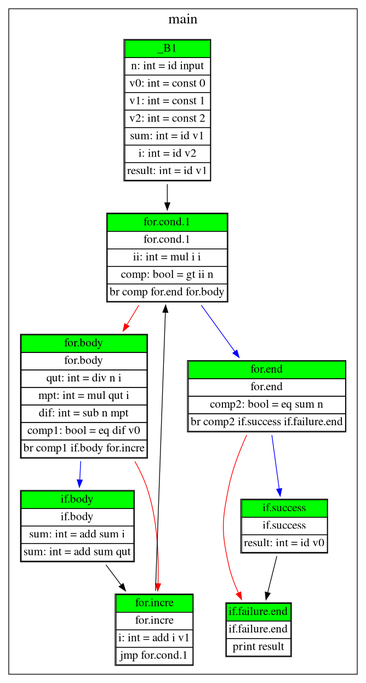
Before: tmp_cfg.png, a diagram exported from Graphviz (Andrey-Yao/Brilliant). Its source is kept beside it as tmp_cfg.dot. Source of this version:
```dot
digraph {
fontname="Times"
fontsize="20"
penwidth=1
node[fontsize="16" shape="box" fontname="Times"]

subgraph cluster_0 {
label = "main"
"_B1" [label=<<table cellspacing="0">
<tr><td bgcolor="Green">_B1</td></tr>
<tr><td>n: int = id input</td></tr>
<tr><td>v0: int = const 0</td></tr>
<tr><td>v1: int = const 1</td></tr>
<tr><td>v2: int = const 2</td></tr>
<tr><td>sum: int = id v1</td></tr>
<tr><td>i: int = id v2</td></tr>
<tr><td>result: int = id v1</td></tr>
</table>> shape="plaintext"];

"for.body" [label=<<table cellspacing="0">
<tr><td bgcolor="Green">for.body</td></tr>
<tr><td>for.body</td></tr>
<tr><td>qut: int = div n i</td></tr>
<tr><td>mpt: int = mul qut i</td></tr>
<tr><td>dif: int = sub n mpt</td></tr>
<tr><td>comp1: bool = eq dif v0</td></tr>
<tr><td>br comp1 if.body for.incre</td></tr>
</table>> shape="plaintext"];

"for.cond.1" [label=<<table cellspacing="0">
<tr><td bgcolor="Green">for.cond.1</td></tr>
<tr><td>for.cond.1</td></tr>
<tr><td>ii: int = mul i i</td></tr>
<tr><td>comp: bool = gt ii n</td></tr>
<tr><td>br comp for.end for.body</td></tr>
</table>> shape="plaintext"];

"for.end" [label=<<table cellspacing="0">
<tr><td bgcolor="Green">for.end</td></tr>
<tr><td>for.end</td></tr>
<tr><td>comp2: bool = eq sum n</td></tr>
<tr><td>br comp2 if.success if.failure.end</td></tr>
</table>> shape="plaintext"];

"for.incre" [label=<<table cellspacing="0">
<tr><td bgcolor="Green">for.incre</td></tr>
<tr><td>for.incre</td></tr>
<tr><td>i: int = add i v1</td></tr>
<tr><td>jmp for.cond.1</td></tr>
</table>> shape="plaintext"];

"if.body" [label=<<table cellspacing="0">
<tr><td bgcolor="Green">if.body</td></tr>
<tr><td>if.body</td></tr>
<tr><td>sum: int = add sum i</td></tr>
<tr><td>sum: int = add sum qut</td></tr>
</table>> shape="plaintext"];

"if.failure.end" [label=<<table cellspacing="0">
<tr><td bgcolor="Green">if.failure.end</td></tr>
<tr><td>if.failure.end</td></tr>
<tr><td>print result</td></tr>
</table>> shape="plaintext"];

"if.success" [label=<<table cellspacing="0">
<tr><td bgcolor="Green">if.success</td></tr>
<tr><td>if.success</td></tr>
<tr><td>result: int = id v0</td></tr>
</table>> shape="plaintext"];

"_B1" -> "for.cond.1" ;

"for.body" -> "for.incre" [color="red"];

"for.body" -> "if.body" [color="blue"];

"for.cond.1" -> "for.body" [color="red"];

"for.cond.1" -> "for.end" [color="blue"];

"for.end" -> "if.failure.end" [color="red"];

"for.end" -> "if.success" [color="blue"];

"for.incre" -> "for.cond.1" ;

"if.body" -> "for.incre" ;

"if.success" -> "if.failure.end" ;

}}
```
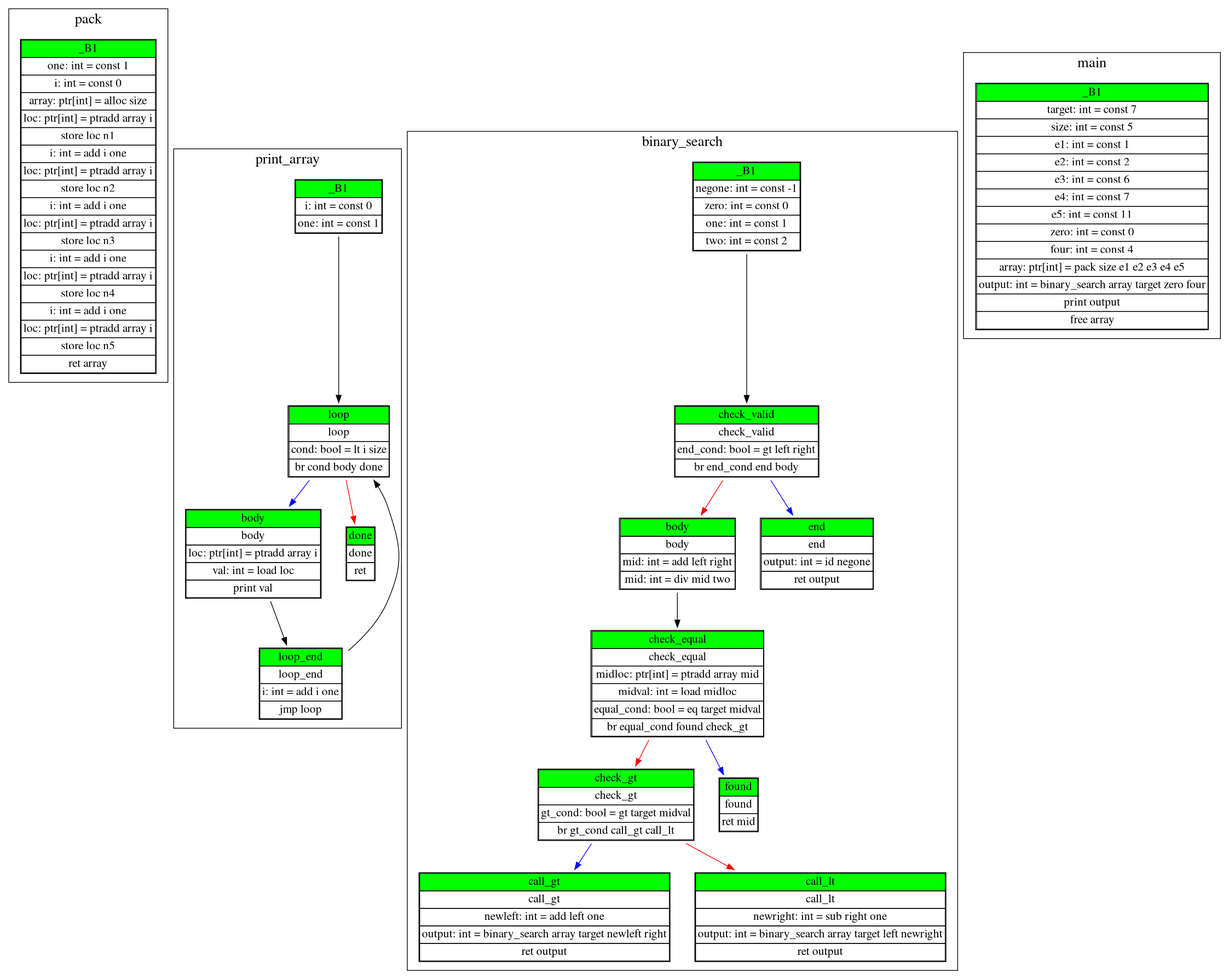
Later version of the same file.

Diff of the diagram source:
```diff
@@ -1,3 +1,179 @@
+digraph {
+fontname="Times"
+fontsize="20"
+penwidth=1
+node[fontsize="16" shape="box" fontname="Times"]
+
+subgraph cluster_0 {
+label = "pack"
+"_B1" [label=<<table cellspacing="0">
+<tr><td bgcolor="Green">_B1</td></tr>
+<tr><td>one: int = const 1</td></tr>
+<tr><td>i: int = const 0</td></tr>
+<tr><td>array: ptr[int] = alloc size</td></tr>
+<tr><td>loc: ptr[int] = ptradd array i</td></tr>
+<tr><td>store loc n1</td></tr>
+<tr><td>i: int = add i one</td></tr>
+<tr><td>loc: ptr[int] = ptradd array i</td></tr>
+<tr><td>store loc n2</td></tr>
+<tr><td>i: int = add i one</td></tr>
+<tr><td>loc: ptr[int] = ptradd array i</td></tr>
+<tr><td>store loc n3</td></tr>
+<tr><td>i: int = add i one</td></tr>
+<tr><td>loc: ptr[int] = ptradd array i</td></tr>
+<tr><td>store loc n4</td></tr>
+<tr><td>i: int = add i one</td></tr>
+<tr><td>loc: ptr[int] = ptradd array i</td></tr>
+<tr><td>store loc n5</td></tr>
+<tr><td>ret array</td></tr>
+</table>> shape="plaintext"];
+
+}}
+digraph {
+fontname="Times"
+fontsize="20"
+penwidth=1
+node[fontsize="16" shape="box" fontname="Times"]
+
+subgraph cluster_0 {
+label = "print_array"
+"_B1" [label=<<table cellspacing="0">
+<tr><td bgcolor="Green">_B1</td></tr>
+<tr><td>i: int = const 0</td></tr>
+<tr><td>one: int = const 1</td></tr>
+</table>> shape="plaintext"];
+
+"body" [label=<<table cellspacing="0">
+<tr><td bgcolor="Green">body</td></tr>
+<tr><td>body</td></tr>
+<tr><td>loc: ptr[int] = ptradd array i</td></tr>
+<tr><td>val: int = load loc</td></tr>
+<tr><td>print val</td></tr>
+</table>> shape="plaintext"];
+
+"done" [label=<<table cellspacing="0">
+<tr><td bgcolor="Green">done</td></tr>
+<tr><td>done</td></tr>
+<tr><td>ret</td></tr>
+</table>> shape="plaintext"];
+
+"loop" [label=<<table cellspacing="0">
+<tr><td bgcolor="Green">loop</td></tr>
+<tr><td>loop</td></tr>
+<tr><td>cond: bool = lt i size</td></tr>
+<tr><td>br cond body done</td></tr>
+</table>> shape="plaintext"];
+
+"loop_end" [label=<<table cellspacing="0">
+<tr><td bgcolor="Green">loop_end</td></tr>
+<tr><td>loop_end</td></tr>
+<tr><td>i: int = add i one</td></tr>
+<tr><td>jmp loop</td></tr>
+</table>> shape="plaintext"];
+
+"_B1" -> "loop" ;
+
+"body" -> "loop_end" ;
+
+"loop" -> "body" [color="blue"];
+
+"loop" -> "done" [color="red"];
+
+"loop_end" -> "loop" ;
+
+}}
+digraph {
+fontname="Times"
+fontsize="20"
+penwidth=1
+node[fontsize="16" shape="box" fontname="Times"]
+
+subgraph cluster_0 {
+label = "binary_search"
+"_B1" [label=<<table cellspacing="0">
+<tr><td bgcolor="Green">_B1</td></tr>
+<tr><td>negone: int = const -1</td></tr>
+<tr><td>zero: int = const 0</td></tr>
+<tr><td>one: int = const 1</td></tr>
+<tr><td>two: int = const 2</td></tr>
+</table>> shape="plaintext"];
+
+"body" [label=<<table cellspacing="0">
+<tr><td bgcolor="Green">body</td></tr>
+<tr><td>body</td></tr>
+<tr><td>mid: int = add left right</td></tr>
+<tr><td>mid: int = div mid two</td></tr>
+</table>> shape="plaintext"];
+
+"call_gt" [label=<<table cellspacing="0">
+<tr><td bgcolor="Green">call_gt</td></tr>
+<tr><td>call_gt</td></tr>
+<tr><td>newleft: int = add left one</td></tr>
+<tr><td>output: int = binary_search array target newleft right</td></tr>
+<tr><td>ret output</td></tr>
+</table>> shape="plaintext"];
+
+"call_lt" [label=<<table cellspacing="0">
+<tr><td bgcolor="Green">call_lt</td></tr>
+<tr><td>call_lt</td></tr>
+<tr><td>newright: int = sub right one</td></tr>
+<tr><td>output: int = binary_search array target left newright</td></tr>
+<tr><td>ret output</td></tr>
+</table>> shape="plaintext"];
+
+"check_equal" [label=<<table cellspacing="0">
+<tr><td bgcolor="Green">check_equal</td></tr>
+<tr><td>check_equal</td></tr>
+<tr><td>midloc: ptr[int] = ptradd array mid</td></tr>
+<tr><td>midval: int = load midloc</td></tr>
+<tr><td>equal_cond: bool = eq target midval</td></tr>
+<tr><td>br equal_cond found check_gt</td></tr>
+</table>> shape="plaintext"];
+
+"check_gt" [label=<<table cellspacing="0">
+<tr><td bgcolor="Green">check_gt</td></tr>
+<tr><td>check_gt</td></tr>
+<tr><td>gt_cond: bool = gt target midval</td></tr>
+<tr><td>br gt_cond call_gt call_lt</td></tr>
+</table>> shape="plaintext"];
+
+"check_valid" [label=<<table cellspacing="0">
+<tr><td bgcolor="Green">check_valid</td></tr>
+<tr><td>check_valid</td></tr>
+<tr><td>end_cond: bool = gt left right</td></tr>
+<tr><td>br end_cond end body</td></tr>
+</table>> shape="plaintext"];
+
+"end" [label=<<table cellspacing="0">
+<tr><td bgcolor="Green">end</td></tr>
+<tr><td>end</td></tr>
+<tr><td>output: int = id negone</td></tr>
+<tr><td>ret output</td></tr>
+</table>> shape="plaintext"];
+
+"found" [label=<<table cellspacing="0">
+<tr><td bgcolor="Green">found</td></tr>
+<tr><td>found</td></tr>
+<tr><td>ret mid</td></tr>
+</table>> shape="plaintext"];
+
+"_B1" -> "check_valid" ;
+
+"body" -> "check_equal" ;
+
+"check_equal" -> "check_gt" [color="red"];
+
+"check_equal" -> "found" [color="blue"];
+
+"check_gt" -> "call_gt" [color="blue"];
+
+"check_gt" -> "call_lt" [color="red"];
+
+"check_valid" -> "body" [color="red"];
+
+"check_valid" -> "end" [color="blue"];
+
+}}
 digraph {
 fontname="Times"
 fontsize="20"
@@ -8,84 +184,19 @@
 label = "main"
 "_B1" [label=<<table cellspacing="0">
 <tr><td bgcolor="Green">_B1</td></tr>
-<tr><td>n: int = id input</td></tr>
-<tr><td>v0: int = const 0</td></tr>
-<tr><td>v1: int = const 1</td></tr>
-<tr><td>v2: int = const 2</td></tr>
-<tr><td>sum: int = id v1</td></tr>
-<tr><td>i: int = id v2</td></tr>
-<tr><td>result: int = id v1</td></tr>
+<tr><td>target: int = const 7</td></tr>
+<tr><td>size: int = const 5</td></tr>
+<tr><td>e1: int = const 1</td></tr>
+<tr><td>e2: int = const 2</td></tr>
+<tr><td>e3: int = const 6</td></tr>
+<tr><td>e4: int = const 7</td></tr>
+<tr><td>e5: int = const 11</td></tr>
+<tr><td>zero: int = const 0</td></tr>
+<tr><td>four: int = const 4</td></tr>
+<tr><td>array: ptr[int] = pack size e1 e2 e3 e4 e5</td></tr>
+<tr><td>output: int = binary_search array target zero four</td></tr>
+<tr><td>print output</td></tr>
+<tr><td>free array</td></tr>
 </table>> shape="plaintext"];
 
-"for.body" [label=<<table cellspacing="0">
-<tr><td bgcolor="Green">for.body</td></tr>
-<tr><td>for.body</td></tr>
-<tr><td>qut: int = div n i</td></tr>
-<tr><td>mpt: int = mul qut i</td></tr>
-<tr><td>dif: int = sub n mpt</td></tr>
-<tr><td>comp1: bool = eq dif v0</td></tr>
-<tr><td>br comp1 if.body for.incre</td></tr>
-</table>> shape="plaintext"];
-
-"for.cond.1" [label=<<table cellspacing="0">
-<tr><td bgcolor="Green">for.cond.1</td></tr>
-<tr><td>for.cond.1</td></tr>
-<tr><td>ii: int = mul i i</td></tr>
-<tr><td>comp: bool = gt ii n</td></tr>
-<tr><td>br comp for.end for.body</td></tr>
-</table>> shape="plaintext"];
-
-"for.end" [label=<<table cellspacing="0">
-<tr><td bgcolor="Green">for.end</td></tr>
-<tr><td>for.end</td></tr>
-<tr><td>comp2: bool = eq sum n</td></tr>
-<tr><td>br comp2 if.success if.failure.end</td></tr>
-</table>> shape="plaintext"];
-
-"for.incre" [label=<<table cellspacing="0">
-<tr><td bgcolor="Green">for.incre</td></tr>
-<tr><td>for.incre</td></tr>
-<tr><td>i: int = add i v1</td></tr>
-<tr><td>jmp for.cond.1</td></tr>
-</table>> shape="plaintext"];
-
-"if.body" [label=<<table cellspacing="0">
-<tr><td bgcolor="Green">if.body</td></tr>
-<tr><td>if.body</td></tr>
-<tr><td>sum: int = add sum i</td></tr>
-<tr><td>sum: int = add sum qut</td></tr>
-</table>> shape="plaintext"];
-
-"if.failure.end" [label=<<table cellspacing="0">
-<tr><td bgcolor="Green">if.failure.end</td></tr>
-<tr><td>if.failure.end</td></tr>
-<tr><td>print result</td></tr>
-</table>> shape="plaintext"];
-
-"if.success" [label=<<table cellspacing="0">
-<tr><td bgcolor="Green">if.success</td></tr>
-<tr><td>if.success</td></tr>
-<tr><td>result: int = id v0</td></tr>
-</table>> shape="plaintext"];
-
-"_B1" -> "for.cond.1" ;
-
-"for.body" -> "for.incre" [color="red"];
-
-"for.body" -> "if.body" [color="blue"];
-
-"for.cond.1" -> "for.body" [color="red"];
-
-"for.cond.1" -> "for.end" [color="blue"];
-
-"for.end" -> "if.failure.end" [color="red"];
-
-"for.end" -> "if.success" [color="blue"];
-
-"for.incre" -> "for.cond.1" ;
-
-"if.body" -> "for.incre" ;
-
-"if.success" -> "if.failure.end" ;
-
 }}
```
